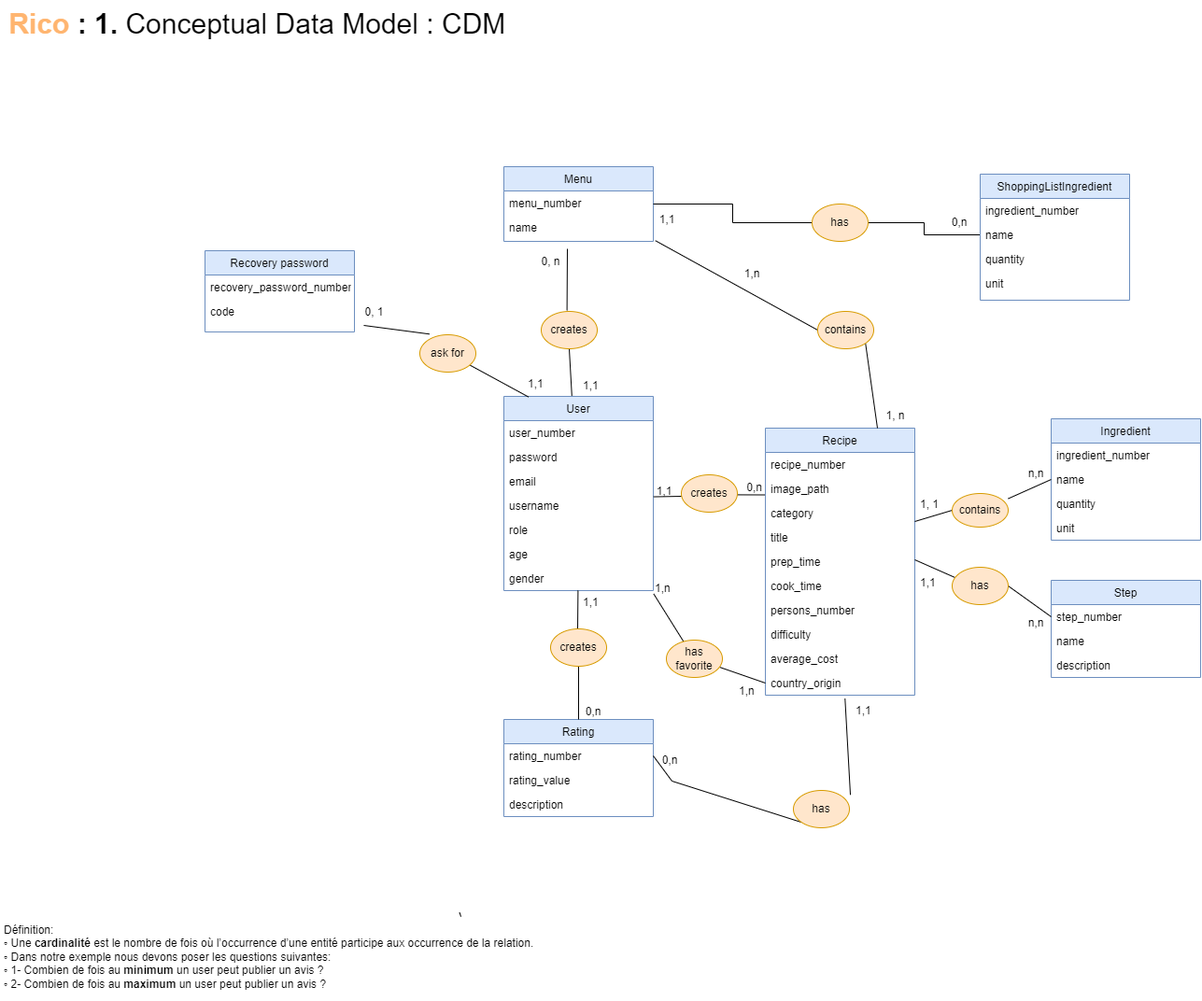
Above: conception/CDM.drawio.png in saracruzfdez/ricoCda (draw.io), before the change. Source tidied: cells renumbered, new cells last; positions are measured from the earlier drawing's top-left corner, leaving out a move shared by most shapes.
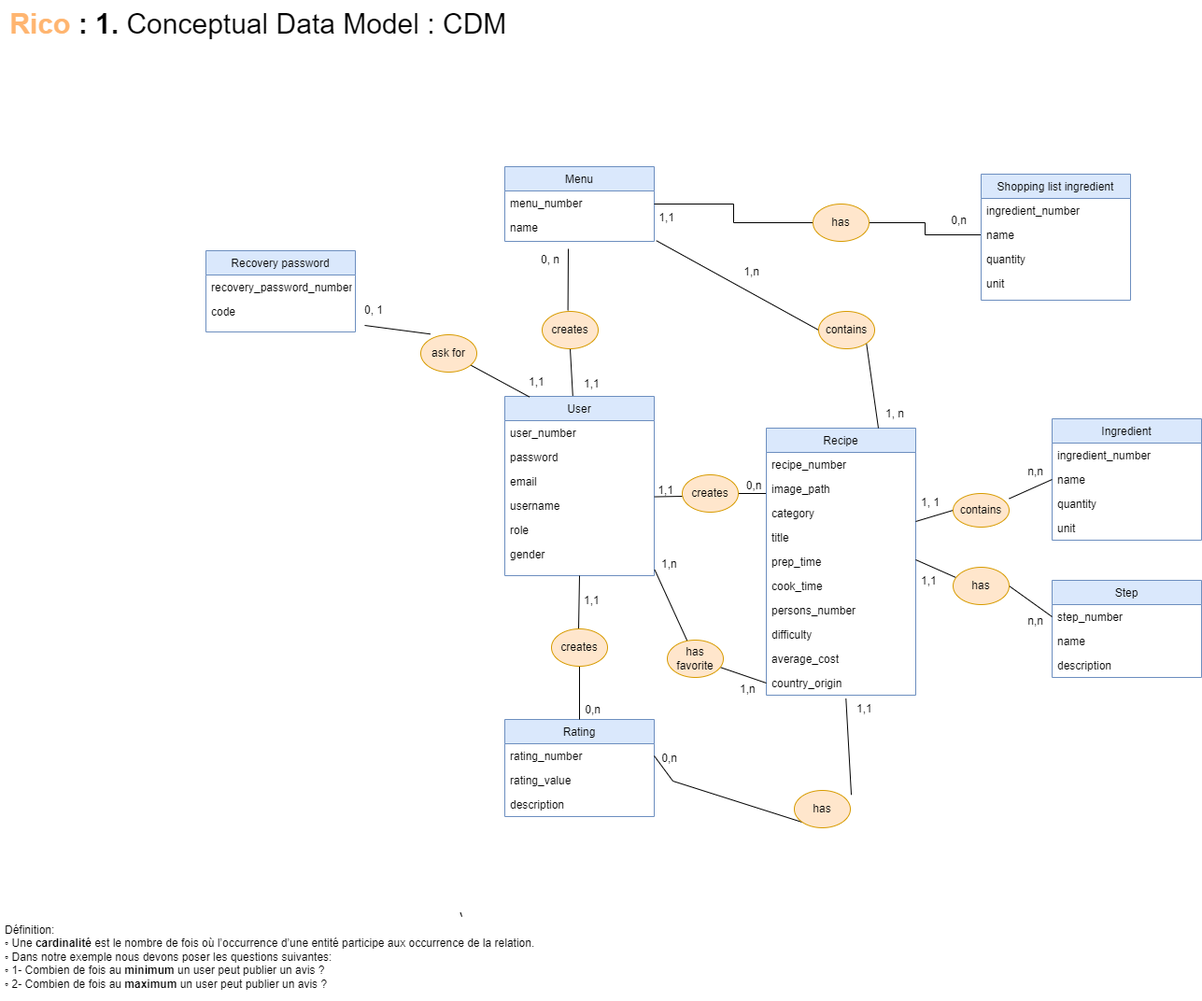
The same diagram one commit later.

What changed in the source:
```diff
@@ -3,7 +3,7 @@
     <mxCell id="0" />
     <mxCell id="1" parent="0" />
     <mxCell id="2" value="User" style="swimlane;fontStyle=0;align=center;verticalAlign=top;horizontal=1;startSize=26;rounded=0;shadow=0;strokeWidth=1;fillColor=#dae8fc;strokeColor=#6c8ebf;" parent="1" vertex="1">
-      <mxGeometry x="540" y="424" width="160" height="208" as="geometry" />
+      <mxGeometry x="540" y="424" width="160" height="192" as="geometry" />
     </mxCell>
     <mxCell id="3" value="user_number" style="text;align=left;verticalAlign=top;spacingLeft=4;spacingRight=4;overflow=hidden;rounded=0;shadow=0;html=0;" parent="2" vertex="1">
       <mxGeometry y="26" width="160" height="26" as="geometry" />
@@ -20,11 +20,8 @@
     <mxCell id="7" value="role" style="text;align=left;verticalAlign=top;spacingLeft=4;spacingRight=4;overflow=hidden;rounded=0;shadow=0;html=0;" parent="2" vertex="1">
       <mxGeometry y="130" width="160" height="26" as="geometry" />
     </mxCell>
-    <mxCell id="8" value="age" style="text;align=left;verticalAlign=top;spacingLeft=4;spacingRight=4;overflow=hidden;rounded=0;shadow=0;html=0;" parent="2" vertex="1">
-      <mxGeometry y="156" width="160" height="26" as="geometry" />
-    </mxCell>
     <mxCell id="9" value="gender" style="text;align=left;verticalAlign=top;spacingLeft=4;spacingRight=4;overflow=hidden;points=[[0,0.5],[1,0.5]];portConstraint=eastwest;rounded=0;shadow=0;html=0;" parent="2" vertex="1">
-      <mxGeometry y="182" width="160" height="26" as="geometry" />
+      <mxGeometry y="156" width="160" height="26" as="geometry" />
     </mxCell>
     <mxCell id="10" style="edgeStyle=orthogonalEdgeStyle;rounded=0;jettySize=auto;html=1;entryX=0;entryY=0.5;entryDx=0;entryDy=0;endArrow=none;endFill=0;" parent="1" edge="1" source="86" target="82">
       <mxGeometry relative="1" as="geometry" />
@@ -144,7 +141,7 @@
       </mxGeometry>
     </mxCell>
     <mxCell id="47" value="1,n" style="align=left;verticalAlign=bottom;labelBackgroundColor=none;fontSize=12;" parent="1" vertex="1">
-      <mxGeometry x="700" y="636" as="geometry" />
+      <mxGeometry x="706" y="612" as="geometry" />
     </mxCell>
     <mxCell id="48" value="0, n" style="align=right;verticalAlign=bottom;labelBackgroundColor=none;fontSize=12;" parent="1" vertex="1">
       <mxGeometry x="600" y="286" as="geometry" />
@@ -203,10 +200,9 @@
     <mxCell id="60" style="endArrow=none;html=1;rounded=0;entryX=0.5;entryY=0;entryDx=0;entryDy=0;exitX=0.5;exitY=1;exitDx=0;exitDy=0;endFill=0;" parent="1" edge="1" source="94" target="34">
       <mxGeometry relative="1" as="geometry" />
     </mxCell>
-    <mxCell id="61" style="endArrow=none;html=1;rounded=0;entryX=0.5;entryY=0;entryDx=0;entryDy=0;endFill=0;" parent="1" edge="1">
+    <mxCell id="61" style="endArrow=none;html=1;rounded=0;entryX=0.5;entryY=1;entryDx=0;entryDy=0;endFill=0;" parent="1" edge="1" target="2">
       <mxGeometry relative="1" as="geometry">
         <mxPoint x="619" y="675" as="sourcePoint" />
-        <mxPoint x="619.4" y="632" as="targetPoint" />
       </mxGeometry>
     </mxCell>
     <mxCell id="62" value="Recovery password" style="swimlane;fontStyle=0;align=center;verticalAlign=top;horizontal=1;startSize=26;rounded=0;shadow=0;strokeWidth=1;fillColor=#dae8fc;strokeColor=#6c8ebf;" parent="1" vertex="1">
@@ -268,7 +264,7 @@
         <mxPoint x="492.5" y="976.6" as="targetPoint" />
       </mxGeometry>
     </mxCell>
-    <mxCell id="80" value="ShoppingListIngredient" style="swimlane;fontStyle=0;align=center;verticalAlign=top;horizontal=1;startSize=26;rounded=0;shadow=0;strokeWidth=1;fillColor=#dae8fc;strokeColor=#6c8ebf;" parent="1" vertex="1">
+    <mxCell id="80" value="Shopping list ingredient" style="swimlane;fontStyle=0;align=center;verticalAlign=top;horizontal=1;startSize=26;rounded=0;shadow=0;strokeWidth=1;fillColor=#dae8fc;strokeColor=#6c8ebf;" parent="1" vertex="1">
       <mxGeometry x="1050" y="186" width="160" height="135" as="geometry" />
     </mxCell>
     <mxCell id="81" value="ingredient_number" style="text;align=left;verticalAlign=top;spacingLeft=4;spacingRight=4;overflow=hidden;" parent="80" vertex="1">
```
